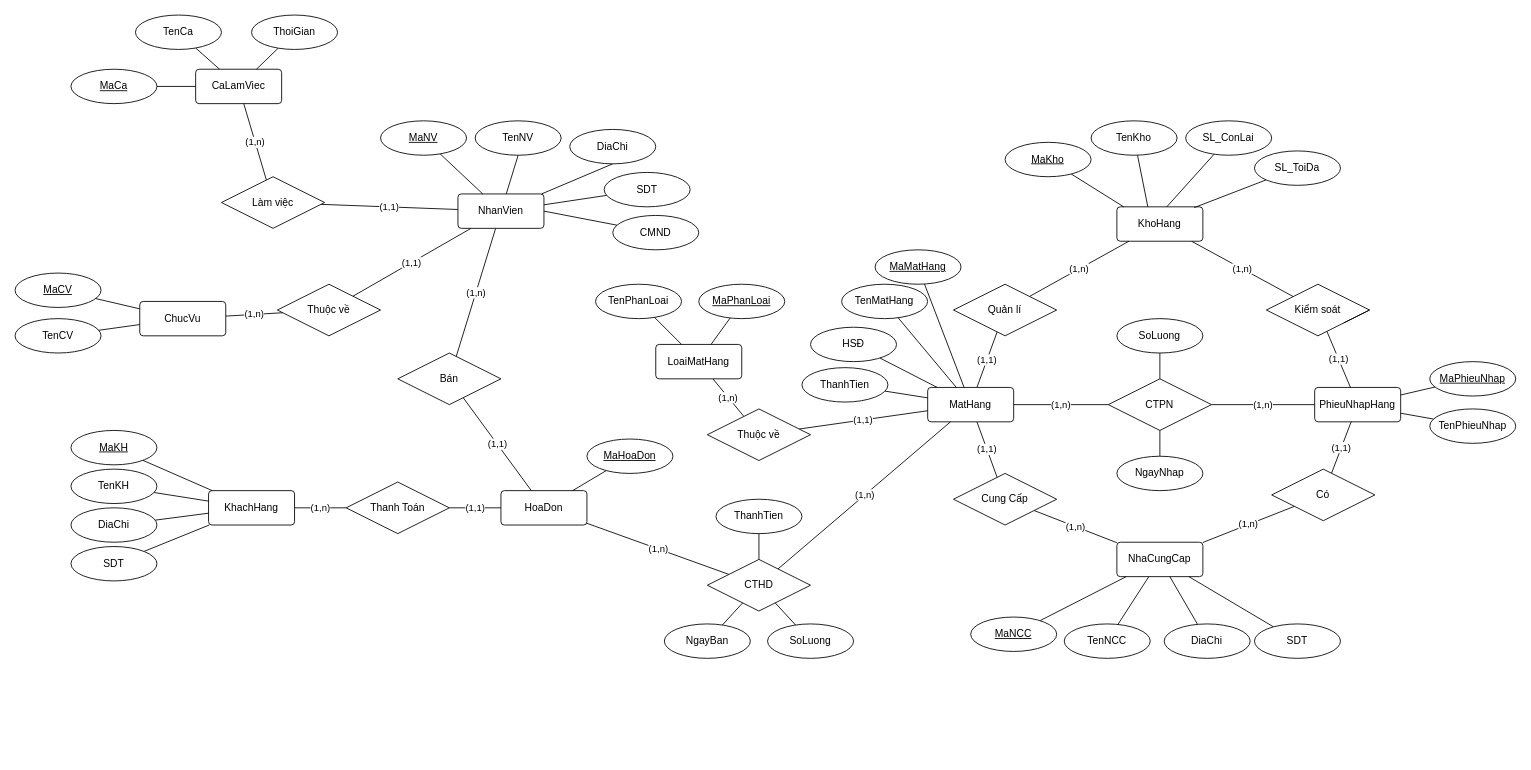
EdgarIgnite16/Mini-Store-Manager keeps this draw.io diagram as docs/ERD.drawio. Above is the earlier version. Source tidied: cells renumbered, new cells numbered last; positions are measured from the earlier drawing's top-left corner, leaving out a move shared by most shapes. Both pictures are drawn from the tidied source at 86%, with x=0, y=0 at pixel (15, 15).
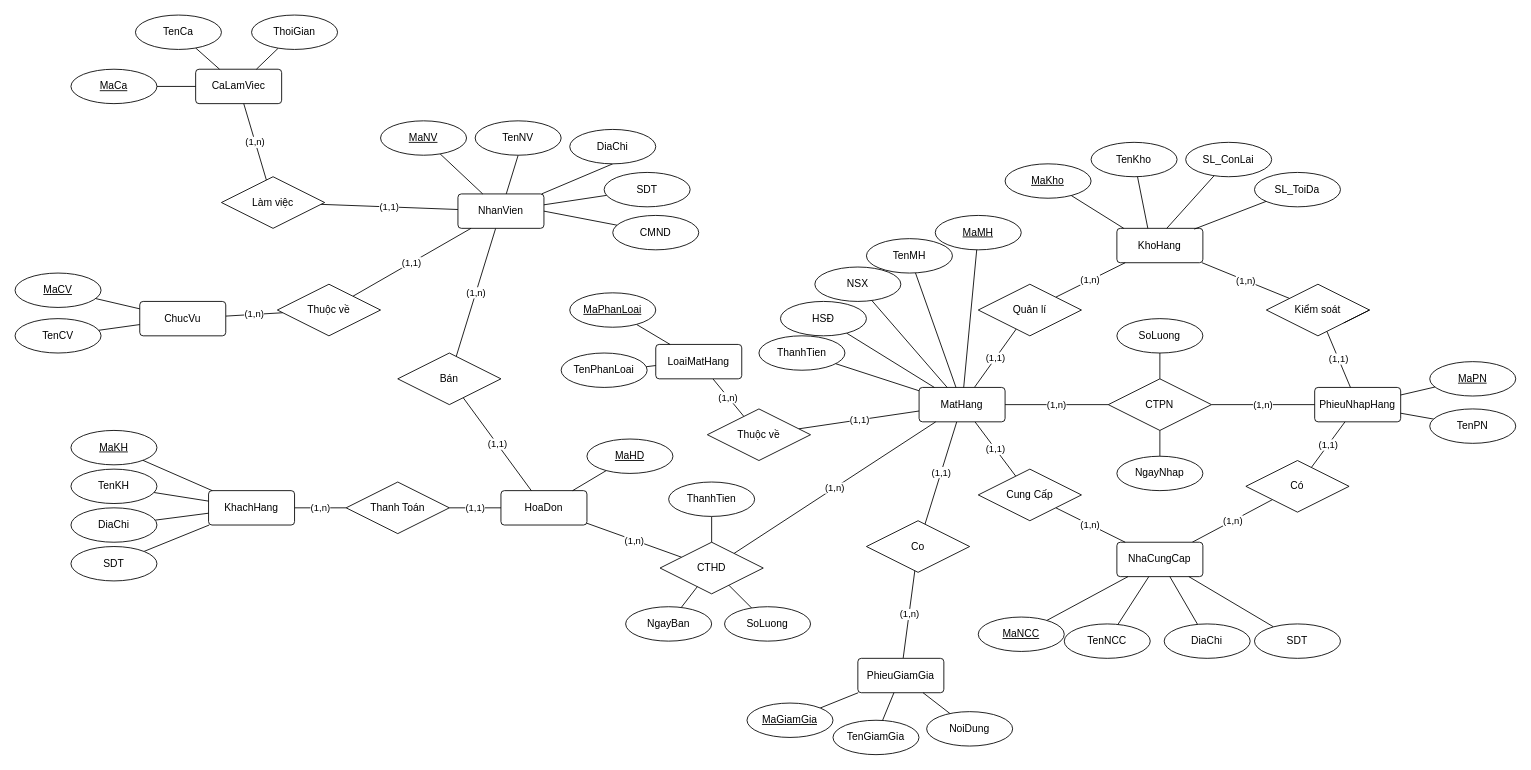
The same page after the edit.

The edit, as a diff of the source:
```diff
@@
+    <mxCell id="118" value="(1,1)" style="edgeStyle=none;rounded=0;jettySize=auto;html=1;endArrow=none;endFill=0;" parent="1" edge="1" source="19" target="122">
+      <mxGeometry relative="1" as="geometry" />
+    </mxCell>
     <mxCell id="19" value="MatHang" style="rounded=1;arcSize=10;whiteSpace=wrap;html=1;align=center;" parent="1" vertex="1">
-      <mxGeometry x="1061.2" y="433" width="100" height="40" as="geometry" />
+      <mxGeometry x="1051.2" y="433" width="100" height="40" as="geometry" />
     </mxCell>
@@
     <mxCell id="21" value="CTHD" style="shape=rhombus;perimeter=rhombusPerimeter;whiteSpace=wrap;html=1;align=center;" parent="1" vertex="1">
-      <mxGeometry x="805" y="633" width="120" height="60" as="geometry" />
+      <mxGeometry x="750" y="613" width="120" height="60" as="geometry" />
     </mxCell>
@@
     <mxCell id="25" value="Cung Cấp" style="shape=rhombus;perimeter=rhombusPerimeter;whiteSpace=wrap;html=1;align=center;" parent="1" vertex="1">
-      <mxGeometry x="1091.2" y="533" width="120" height="60" as="geometry" />
+      <mxGeometry x="1120" y="528" width="120" height="60" as="geometry" />
     </mxCell>
@@
     <mxCell id="31" value="Có" style="shape=rhombus;perimeter=rhombusPerimeter;whiteSpace=wrap;html=1;align=center;" parent="1" vertex="1">
-      <mxGeometry x="1461.2" y="528" width="120" height="60" as="geometry" />
+      <mxGeometry x="1431.2" y="518" width="120" height="60" as="geometry" />
     </mxCell>
@@
     <mxCell id="33" value="KhoHang" style="rounded=1;arcSize=10;whiteSpace=wrap;html=1;align=center;" parent="1" vertex="1">
-      <mxGeometry x="1281.2" y="223" width="100" height="40" as="geometry" />
+      <mxGeometry x="1281.2" y="248" width="100" height="40" as="geometry" />
     </mxCell>
@@
     <mxCell id="35" value="Quản lí" style="shape=rhombus;perimeter=rhombusPerimeter;whiteSpace=wrap;html=1;align=center;" parent="1" vertex="1">
-      <mxGeometry x="1091.2" y="313" width="120" height="60" as="geometry" />
+      <mxGeometry x="1120" y="313" width="120" height="60" as="geometry" />
     </mxCell>
@@
     <mxCell id="67" value="SoLuong" style="ellipse;whiteSpace=wrap;html=1;align=center;" parent="1" vertex="1">
-      <mxGeometry x="875" y="708" width="100" height="40" as="geometry" />
+      <mxGeometry x="825" y="688" width="100" height="40" as="geometry" />
     </mxCell>
@@
     <mxCell id="69" value="NgayBan" style="ellipse;whiteSpace=wrap;html=1;align=center;" parent="1" vertex="1">
-      <mxGeometry x="755" y="708" width="100" height="40" as="geometry" />
+      <mxGeometry x="710" y="688" width="100" height="40" as="geometry" />
     </mxCell>
@@
     <mxCell id="74" style="edgeStyle=none;rounded=0;jettySize=auto;html=1;endArrow=none;endFill=0;" parent="1" edge="1" source="75">
       <mxGeometry relative="1" as="geometry">
-        <mxPoint x="1371.2" y="223.9" as="targetPoint" />
+        <mxPoint x="1371.2" y="248.9" as="targetPoint" />
       </mxGeometry>
     </mxCell>
     <mxCell id="75" value="SL_ToiDa" style="ellipse;whiteSpace=wrap;html=1;align=center;" parent="1" vertex="1">
-      <mxGeometry x="1441.2" y="158" width="100" height="40" as="geometry" />
+      <mxGeometry x="1441.2" y="183" width="100" height="40" as="geometry" />
     </mxCell>
     <mxCell id="76" style="edgeStyle=none;rounded=0;jettySize=auto;html=1;endArrow=none;endFill=0;" parent="1" edge="1" source="77">
       <mxGeometry relative="1" as="geometry">
-        <mxPoint x="1289.2" y="223" as="targetPoint" />
+        <mxPoint x="1289.2" y="248" as="targetPoint" />
       </mxGeometry>
     </mxCell>
     <mxCell id="77" value="MaKho" style="ellipse;whiteSpace=wrap;html=1;align=center;fontStyle=4;" parent="1" vertex="1">
-      <mxGeometry x="1151.2" y="148" width="100" height="40" as="geometry" />
+      <mxGeometry x="1151.2" y="173" width="100" height="40" as="geometry" />
     </mxCell>
     <mxCell id="78" style="edgeStyle=none;rounded=0;jettySize=auto;html=1;endArrow=none;endFill=0;" parent="1" edge="1" source="79">
       <mxGeometry relative="1" as="geometry">
-        <mxPoint x="1317.2" y="223" as="targetPoint" />
+        <mxPoint x="1317.2" y="248" as="targetPoint" />
       </mxGeometry>
     </mxCell>
     <mxCell id="79" value="TenKho" style="ellipse;whiteSpace=wrap;html=1;align=center;" parent="1" vertex="1">
-      <mxGeometry x="1251.2" y="123" width="100" height="40" as="geometry" />
+      <mxGeometry x="1251.2" y="148" width="100" height="40" as="geometry" />
     </mxCell>
     <mxCell id="80" style="edgeStyle=none;rounded=0;jettySize=auto;html=1;endArrow=none;endFill=0;" parent="1" edge="1" source="81">
       <mxGeometry relative="1" as="geometry">
-        <mxPoint x="1339.2" y="223" as="targetPoint" />
+        <mxPoint x="1339.2" y="248" as="targetPoint" />
       </mxGeometry>
     </mxCell>
     <mxCell id="81" value="SL_ConLai" style="ellipse;whiteSpace=wrap;html=1;align=center;" parent="1" vertex="1">
-      <mxGeometry x="1361.2" y="123" width="100" height="40" as="geometry" />
+      <mxGeometry x="1361.2" y="148" width="100" height="40" as="geometry" />
     </mxCell>
@@
     <mxCell id="83" value="MaNCC" style="ellipse;whiteSpace=wrap;html=1;align=center;fontStyle=4;" parent="1" vertex="1">
-      <mxGeometry x="1111.2" y="700" width="100" height="40" as="geometry" />
+      <mxGeometry x="1120" y="700" width="100" height="40" as="geometry" />
     </mxCell>
@@
-    <mxCell id="91" value="MaMatHang" style="ellipse;whiteSpace=wrap;html=1;align=center;fontStyle=4;" parent="1" vertex="1">
-      <mxGeometry x="1000" y="273" width="100" height="40" as="geometry" />
+    <mxCell id="91" value="MaMH" style="ellipse;whiteSpace=wrap;html=1;align=center;fontStyle=4;" parent="1" vertex="1">
+      <mxGeometry x="1070" y="233" width="100" height="40" as="geometry" />
     </mxCell>
@@
-    <mxCell id="93" value="TenMatHang" style="ellipse;whiteSpace=wrap;html=1;align=center;" parent="1" vertex="1">
-      <mxGeometry x="961.1" y="313" width="100" height="40" as="geometry" />
+    <mxCell id="93" value="TenMH" style="ellipse;whiteSpace=wrap;html=1;align=center;" parent="1" vertex="1">
+      <mxGeometry x="990" y="260" width="100" height="40" as="geometry" />
     </mxCell>
@@
     <mxCell id="97" value="MaPhanLoai" style="ellipse;whiteSpace=wrap;html=1;align=center;fontStyle=4;" parent="1" vertex="1">
-      <mxGeometry x="795" y="313" width="100" height="40" as="geometry" />
+      <mxGeometry x="645" y="323" width="100" height="40" as="geometry" />
     </mxCell>
@@
     <mxCell id="99" value="TenPhanLoai" style="ellipse;whiteSpace=wrap;html=1;align=center;" parent="1" vertex="1">
-      <mxGeometry x="675" y="313" width="100" height="40" as="geometry" />
+      <mxGeometry x="635" y="393" width="100" height="40" as="geometry" />
     </mxCell>
@@
-    <mxCell id="103" value="MaPhieuNhap" style="ellipse;whiteSpace=wrap;html=1;align=center;fontStyle=4;" parent="1" vertex="1">
+    <mxCell id="103" value="MaPN" style="ellipse;whiteSpace=wrap;html=1;align=center;fontStyle=4;" parent="1" vertex="1">
       <mxGeometry x="1645" y="403" width="100" height="40" as="geometry" />
     </mxCell>
@@
-    <mxCell id="105" value="TenPhieuNhap" style="ellipse;whiteSpace=wrap;html=1;align=center;" parent="1" vertex="1">
+    <mxCell id="105" value="TenPN" style="ellipse;whiteSpace=wrap;html=1;align=center;" parent="1" vertex="1">
       <mxGeometry x="1645" y="458" width="100" height="40" as="geometry" />
     </mxCell>
@@
-    <mxCell id="107" value="MaHoaDon" style="ellipse;whiteSpace=wrap;html=1;align=center;fontStyle=4;" parent="1" vertex="1">
+    <mxCell id="107" value="MaHD" style="ellipse;whiteSpace=wrap;html=1;align=center;fontStyle=4;" parent="1" vertex="1">
       <mxGeometry x="665" y="493" width="100" height="40" as="geometry" />
     </mxCell>
@@
     <mxCell id="109" value="ThanhTien" style="ellipse;whiteSpace=wrap;html=1;align=center;" parent="1" vertex="1">
-      <mxGeometry x="815" y="563" width="100" height="40" as="geometry" />
+      <mxGeometry x="760" y="543" width="100" height="40" as="geometry" />
     </mxCell>
@@
     <mxCell id="111" value="ThanhTien" style="ellipse;whiteSpace=wrap;html=1;align=center;" parent="1" vertex="1">
-      <mxGeometry x="915" y="410" width="100" height="40" as="geometry" />
+      <mxGeometry x="865" y="373" width="100" height="40" as="geometry" />
     </mxCell>
@@
     <mxCell id="113" value="HSĐ" style="ellipse;whiteSpace=wrap;html=1;align=center;" parent="1" vertex="1">
-      <mxGeometry x="925" y="363" width="100" height="40" as="geometry" />
+      <mxGeometry x="890" y="333" width="100" height="40" as="geometry" />
     </mxCell>
@@
+    <mxCell id="119" style="rounded=0;jettySize=auto;html=1;endArrow=none;endFill=0;" parent="1" edge="1" source="120" target="19">
+      <mxGeometry relative="1" as="geometry" />
+    </mxCell>
+    <mxCell id="120" value="NSX" style="ellipse;whiteSpace=wrap;html=1;align=center;" parent="1" vertex="1">
+      <mxGeometry x="930" y="293" width="100" height="40" as="geometry" />
+    </mxCell>
+    <mxCell id="121" value="(1,n)" style="edgeStyle=none;rounded=0;jettySize=auto;html=1;endArrow=none;endFill=0;" parent="1" edge="1" source="122" target="123">
+      <mxGeometry relative="1" as="geometry" />
+    </mxCell>
+    <mxCell id="122" value="Co" style="shape=rhombus;perimeter=rhombusPerimeter;whiteSpace=wrap;html=1;align=center;" parent="1" vertex="1">
+      <mxGeometry x="990" y="588" width="120" height="60" as="geometry" />
+    </mxCell>
+    <mxCell id="123" value="PhieuGiamGia" style="rounded=1;arcSize=10;whiteSpace=wrap;html=1;align=center;" parent="1" vertex="1">
+      <mxGeometry x="980" y="748" width="100" height="40" as="geometry" />
+    </mxCell>
+    <mxCell id="124" style="edgeStyle=none;rounded=0;jettySize=auto;html=1;endArrow=none;endFill=0;" parent="1" edge="1" source="125" target="123">
+      <mxGeometry relative="1" as="geometry" />
+    </mxCell>
+    <mxCell id="125" value="MaGiamGia" style="ellipse;whiteSpace=wrap;html=1;align=center;fontStyle=4;" parent="1" vertex="1">
+      <mxGeometry x="851.1" y="800" width="100" height="40" as="geometry" />
+    </mxCell>
+    <mxCell id="126" style="edgeStyle=none;rounded=0;jettySize=auto;html=1;endArrow=none;endFill=0;" parent="1" edge="1" source="127" target="123">
+      <mxGeometry relative="1" as="geometry" />
+    </mxCell>
+    <mxCell id="127" value="TenGiamGia" style="ellipse;whiteSpace=wrap;html=1;align=center;" parent="1" vertex="1">
+      <mxGeometry x="951.1" y="820" width="100" height="40" as="geometry" />
+    </mxCell>
+    <mxCell id="128" style="edgeStyle=none;rounded=0;jettySize=auto;html=1;endArrow=none;endFill=0;" parent="1" edge="1" source="129" target="123">
+      <mxGeometry relative="1" as="geometry" />
+    </mxCell>
+    <mxCell id="129" value="NoiDung" style="ellipse;whiteSpace=wrap;html=1;align=center;" parent="1" vertex="1">
+      <mxGeometry x="1060" y="810" width="100" height="40" as="geometry" />
+    </mxCell>
```
